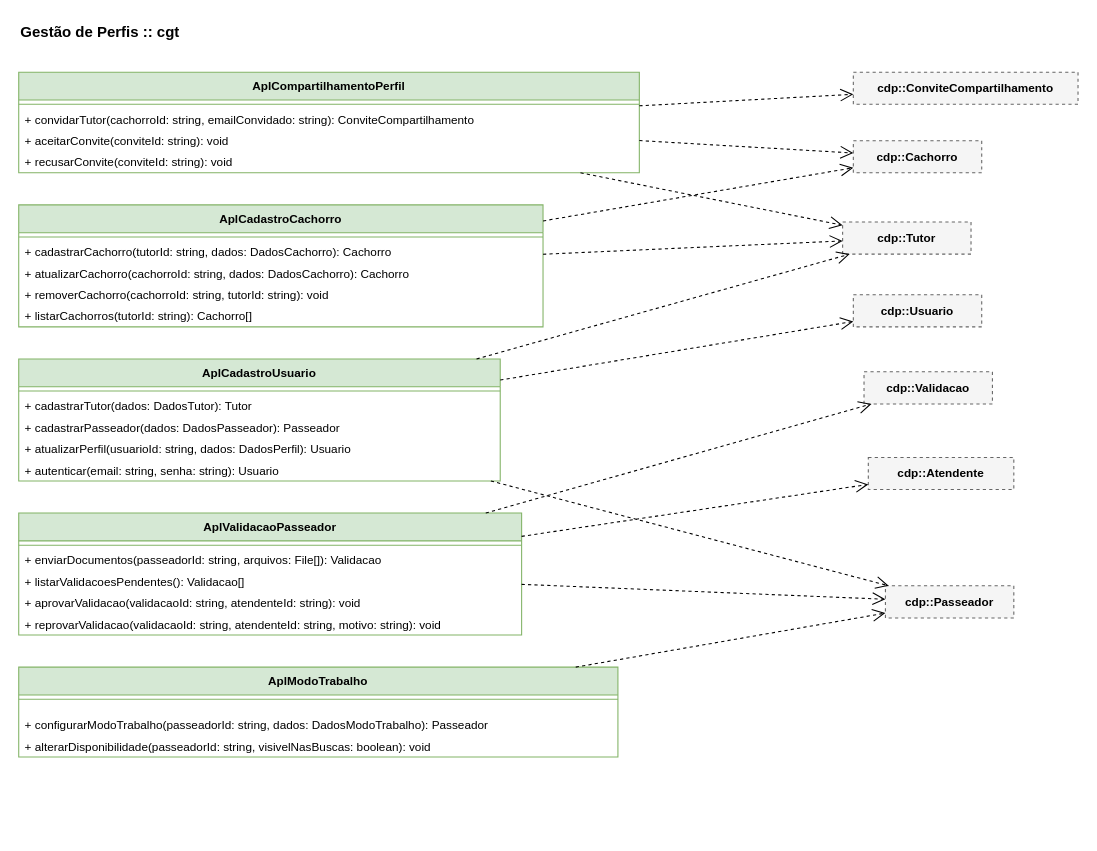
The draw.io diagram docs/es2-projeto/diagramas/ln-perfis-cgt.drawio in Eduardo-Ferraz/happy-paws-go, before the edit. Source tidied: cells renumbered, new cells numbered last; positions are measured from the earlier drawing's top-left corner, leaving out a move shared by most shapes. Both pictures are drawn from the tidied source at 107%, with x=0, y=0 at pixel (18, 18).
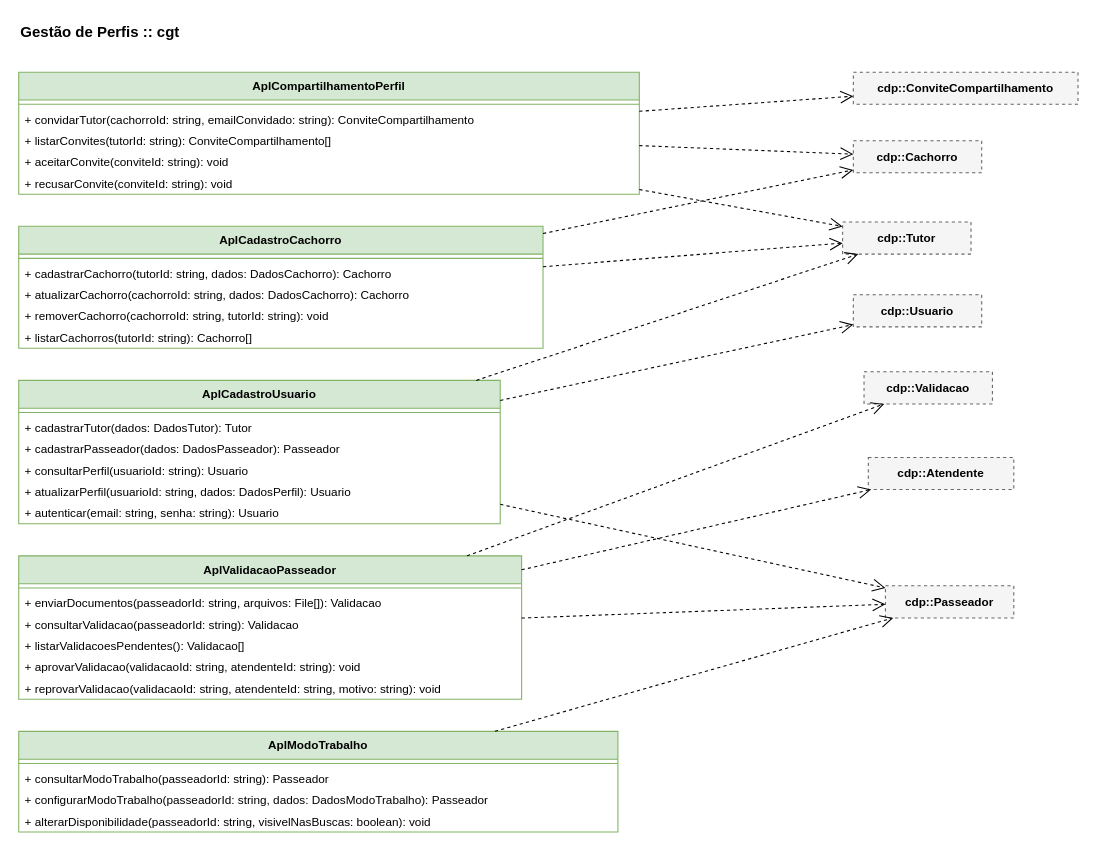
The same diagram, later.

What changed in the source:
```diff
@@
     <mxCell id="3" value="AplCadastroUsuario" style="swimlane;fontStyle=1;align=center;verticalAlign=top;horizontal=1;startSize=26;html=0;whiteSpace=wrap;fillColor=#D5E8D4;strokeColor=#82B366;fontSize=11;" parent="1" vertex="1">
-      <mxGeometry y="318" width="450" height="114" as="geometry" />
+      <mxGeometry y="338" width="450" height="134" as="geometry" />
     </mxCell>
@@
+    <mxCell id="50" value="+ consultarPerfil(usuarioId: string): Usuario" style="text;strokeColor=none;fillColor=none;align=left;verticalAlign=middle;spacingLeft=4;spacingRight=4;overflow=hidden;html=0;fontSize=11;" parent="3" vertex="1">
+      <mxGeometry y="74" width="450" height="20" as="geometry" />
+    </mxCell>
     <mxCell id="7" value="+ atualizarPerfil(usuarioId: string, dados: DadosPerfil): Usuario" style="text;strokeColor=none;fillColor=none;align=left;verticalAlign=middle;spacingLeft=4;spacingRight=4;overflow=hidden;html=0;fontSize=11;" parent="3" vertex="1">
-      <mxGeometry y="74" width="450" height="20" as="geometry" />
+      <mxGeometry y="94" width="450" height="20" as="geometry" />
     </mxCell>
     <mxCell id="8" value="+ autenticar(email: string, senha: string): Usuario" style="text;strokeColor=none;fillColor=none;align=left;verticalAlign=middle;spacingLeft=4;spacingRight=4;overflow=hidden;html=0;fontSize=11;" parent="3" vertex="1">
-      <mxGeometry y="94" width="450" height="20" as="geometry" />
+      <mxGeometry y="114" width="450" height="20" as="geometry" />
     </mxCell>
     <mxCell id="9" value="AplCadastroCachorro" style="swimlane;fontStyle=1;align=center;verticalAlign=top;horizontal=1;startSize=26;html=0;whiteSpace=wrap;fillColor=#D5E8D4;strokeColor=#82B366;fontSize=11;" parent="1" vertex="1">
-      <mxGeometry y="174" width="490" height="114" as="geometry" />
+      <mxGeometry y="194" width="490" height="114" as="geometry" />
     </mxCell>
@@
     <mxCell id="15" value="AplCompartilhamentoPerfil" style="swimlane;fontStyle=1;align=center;verticalAlign=top;horizontal=1;startSize=26;html=0;whiteSpace=wrap;fillColor=#D5E8D4;strokeColor=#82B366;fontSize=11;" parent="1" vertex="1">
-      <mxGeometry y="50" width="580" height="94" as="geometry" />
+      <mxGeometry y="50" width="580" height="114" as="geometry" />
     </mxCell>
@@
+    <mxCell id="51" value="+ listarConvites(tutorId: string): ConviteCompartilhamento[]" style="text;strokeColor=none;fillColor=none;align=left;verticalAlign=middle;spacingLeft=4;spacingRight=4;overflow=hidden;html=0;fontSize=11;" parent="15" vertex="1">
+      <mxGeometry y="54" width="580" height="20" as="geometry" />
+    </mxCell>
     <mxCell id="18" value="+ aceitarConvite(conviteId: string): void" style="text;strokeColor=none;fillColor=none;align=left;verticalAlign=middle;spacingLeft=4;spacingRight=4;overflow=hidden;html=0;fontSize=11;" parent="15" vertex="1">
-      <mxGeometry y="54" width="580" height="20" as="geometry" />
+      <mxGeometry y="74" width="580" height="20" as="geometry" />
     </mxCell>
     <mxCell id="19" value="+ recusarConvite(conviteId: string): void" style="text;strokeColor=none;fillColor=none;align=left;verticalAlign=middle;spacingLeft=4;spacingRight=4;overflow=hidden;html=0;fontSize=11;" parent="15" vertex="1">
-      <mxGeometry y="74" width="580" height="20" as="geometry" />
+      <mxGeometry y="94" width="580" height="20" as="geometry" />
     </mxCell>
     <mxCell id="20" value="AplValidacaoPasseador" style="swimlane;fontStyle=1;align=center;verticalAlign=top;horizontal=1;startSize=26;html=0;whiteSpace=wrap;fillColor=#D5E8D4;strokeColor=#82B366;fontSize=11;" parent="1" vertex="1">
-      <mxGeometry y="462" width="470" height="114" as="geometry" />
+      <mxGeometry y="502" width="470" height="134" as="geometry" />
     </mxCell>
@@
+    <mxCell id="52" value="+ consultarValidacao(passeadorId: string): Validacao" style="text;strokeColor=none;fillColor=none;align=left;verticalAlign=middle;spacingLeft=4;spacingRight=4;overflow=hidden;html=0;fontSize=11;" parent="20" vertex="1">
+      <mxGeometry y="54" width="470" height="20" as="geometry" />
+    </mxCell>
     <mxCell id="23" value="+ listarValidacoesPendentes(): Validacao[]" style="text;strokeColor=none;fillColor=none;align=left;verticalAlign=middle;spacingLeft=4;spacingRight=4;overflow=hidden;html=0;fontSize=11;" parent="20" vertex="1">
-      <mxGeometry y="54" width="470" height="20" as="geometry" />
+      <mxGeometry y="74" width="470" height="20" as="geometry" />
     </mxCell>
     <mxCell id="24" value="+ aprovarValidacao(validacaoId: string, atendenteId: string): void" style="text;strokeColor=none;fillColor=none;align=left;verticalAlign=middle;spacingLeft=4;spacingRight=4;overflow=hidden;html=0;fontSize=11;" parent="20" vertex="1">
-      <mxGeometry y="74" width="470" height="20" as="geometry" />
+      <mxGeometry y="94" width="470" height="20" as="geometry" />
     </mxCell>
     <mxCell id="25" value="+ reprovarValidacao(validacaoId: string, atendenteId: string, motivo: string): void" style="text;strokeColor=none;fillColor=none;align=left;verticalAlign=middle;spacingLeft=4;spacingRight=4;overflow=hidden;html=0;fontSize=11;" parent="20" vertex="1">
-      <mxGeometry y="94" width="470" height="20" as="geometry" />
+      <mxGeometry y="114" width="470" height="20" as="geometry" />
     </mxCell>
@@
     <mxCell id="42" value="AplModoTrabalho" style="swimlane;fontStyle=1;align=center;verticalAlign=top;horizontal=1;startSize=26;html=0;whiteSpace=wrap;fillColor=#D5E8D4;strokeColor=#82B366;fontSize=11;" parent="1" vertex="1">
-      <mxGeometry y="606" width="560" height="84" as="geometry" />
+      <mxGeometry y="666" width="560" height="94" as="geometry" />
     </mxCell>
-    <mxCell id="43" style="text;strokeColor=none;fillColor=none;align=left;verticalAlign=middle;spacingLeft=4;spacingRight=4;overflow=hidden;html=0;fontSize=11;" parent="42" vertex="1">
-      <mxGeometry y="34" width="560" height="10" as="geometry" />
-    </mxCell>
@@
+    <mxCell id="53" value="+ consultarModoTrabalho(passeadorId: string): Passeador" style="text;strokeColor=none;fillColor=none;align=left;verticalAlign=middle;spacingLeft=4;spacingRight=4;overflow=hidden;html=0;fontSize=11;" parent="42" vertex="1">
+      <mxGeometry y="34" width="560" height="20" as="geometry" />
+    </mxCell>
     <mxCell id="45" value="+ configurarModoTrabalho(passeadorId: string, dados: DadosModoTrabalho): Passeador" style="text;strokeColor=none;fillColor=none;align=left;verticalAlign=middle;spacingLeft=4;spacingRight=4;overflow=hidden;html=0;fontSize=11;" parent="42" vertex="1">
-      <mxGeometry y="44" width="560" height="20" as="geometry" />
+      <mxGeometry y="54" width="560" height="20" as="geometry" />
     </mxCell>
     <mxCell id="46" value="+ alterarDisponibilidade(passeadorId: string, visivelNasBuscas: boolean): void" style="text;strokeColor=none;fillColor=none;align=left;verticalAlign=middle;spacingLeft=4;spacingRight=4;overflow=hidden;html=0;fontSize=11;" parent="42" vertex="1">
-      <mxGeometry y="64" width="560" height="20" as="geometry" />
+      <mxGeometry y="74" width="560" height="20" as="geometry" />
     </mxCell>
```
